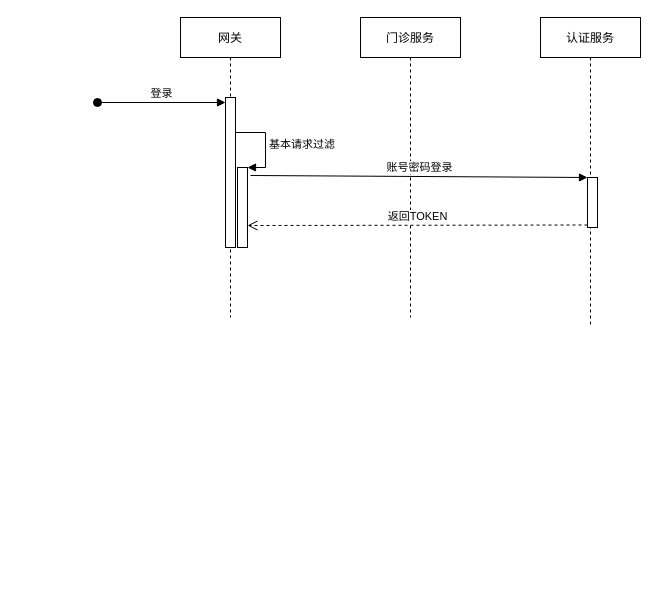
Earlier version of the draw.io diagram 牙管家/牙管家-登录(TOKEN-JWT).drawio (cherishsince/diagrams.net). Source tidied: cells renumbered, new cells numbered last; positions are measured from the earlier drawing's top-left corner, leaving out a move shared by most shapes. Both pictures are drawn from the tidied source at 100%, with x=0, y=0 at pixel (97, 17).
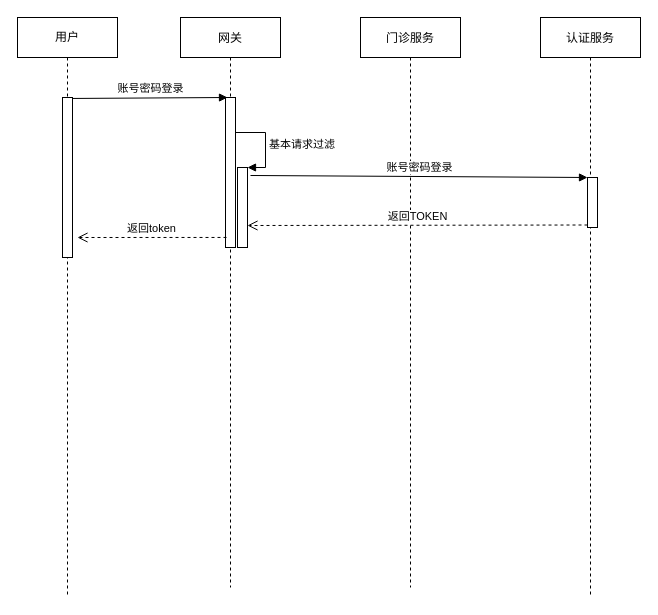
The same diagram, later.

Commit message (it also covers changes not shown here):
更新牙管家-登录(TOKEN-JWT).drawio

Change to the diagram source:
```diff
@@
 <mxGraphModel>
   <root>
     <mxCell id="0" />
     <mxCell id="1" parent="0" />
     <mxCell id="2" value="网关" style="shape=umlLifeline;perimeter=lifelinePerimeter;rounded=0;shadow=0;strokeWidth=1;" parent="1" vertex="1">
-      <mxGeometry x="83" width="100" height="300" as="geometry" />
+      <mxGeometry x="83" width="100" height="570" as="geometry" />
     </mxCell>
     <mxCell id="3" style="html=1;points=[];perimeter=orthogonalPerimeter;" parent="2" vertex="1">
       <mxGeometry x="57" y="150" width="10" height="80" as="geometry" />
     </mxCell>
     <mxCell id="4" value="基本请求过滤" style="edgeStyle=orthogonalEdgeStyle;html=1;align=left;spacingLeft=2;endArrow=block;rounded=0;entryX=1;entryY=0;" parent="2" edge="1" target="3">
       <mxGeometry relative="1" as="geometry">
         <mxPoint x="55" y="115" as="sourcePoint" />
         <Array as="points">
           <mxPoint x="85" y="115" />
         </Array>
       </mxGeometry>
     </mxCell>
     <mxCell id="5" value="门诊服务" style="shape=umlLifeline;perimeter=lifelinePerimeter;rounded=0;shadow=0;strokeWidth=1;" parent="1" vertex="1">
-      <mxGeometry x="263" width="100" height="300" as="geometry" />
+      <mxGeometry x="263" width="100" height="570" as="geometry" />
     </mxCell>
     <mxCell id="6" value="认证服务" style="shape=umlLifeline;perimeter=lifelinePerimeter;rounded=0;shadow=0;strokeWidth=1;" parent="1" vertex="1">
-      <mxGeometry x="443" width="100" height="310" as="geometry" />
+      <mxGeometry x="443" width="100" height="580" as="geometry" />
     </mxCell>
     <mxCell id="7" style="html=1;points=[];perimeter=orthogonalPerimeter;" parent="1" vertex="1">
       <mxGeometry x="128" y="80" width="10" height="150" as="geometry" />
     </mxCell>
-    <mxCell id="8" value="登录" style="html=1;verticalAlign=bottom;startArrow=oval;endArrow=block;startSize=8;" parent="1" edge="1" target="7">
-      <mxGeometry relative="1" as="geometry">
-        <mxPoint y="85" as="sourcePoint" />
-      </mxGeometry>
-    </mxCell>
     <mxCell id="9" style="html=1;points=[];perimeter=orthogonalPerimeter;" parent="1" vertex="1">
       <mxGeometry x="490" y="160" width="10" height="50" as="geometry" />
     </mxCell>
     <mxCell id="10" value="账号密码登录" style="html=1;verticalAlign=bottom;endArrow=block;entryX=0;entryY=0;exitX=1.3;exitY=0.1;exitDx=0;exitDy=0;exitPerimeter=0;" parent="1" edge="1" source="3" target="9">
       <mxGeometry relative="1" as="geometry" />
     </mxCell>
     <mxCell id="11" value="返回TOKEN" style="html=1;verticalAlign=bottom;endArrow=open;dashed=1;endSize=8;exitX=0;exitY=0.95;" parent="1" edge="1" source="9">
       <mxGeometry relative="1" as="geometry">
         <mxPoint x="150" y="208" as="targetPoint" />
       </mxGeometry>
     </mxCell>
+    <mxCell id="12" value="用户" style="shape=umlLifeline;perimeter=lifelinePerimeter;whiteSpace=wrap;html=1;" parent="1" vertex="1">
+      <mxGeometry x="-80" width="100" height="580" as="geometry" />
+    </mxCell>
+    <mxCell id="13" style="html=1;points=[];perimeter=orthogonalPerimeter;" parent="12" vertex="1">
+      <mxGeometry x="45" y="80" width="10" height="160" as="geometry" />
+    </mxCell>
+    <mxCell id="14" value="账号密码登录" style="html=1;verticalAlign=bottom;endArrow=block;exitX=1;exitY=0.006;exitDx=0;exitDy=0;exitPerimeter=0;entryX=0.2;entryY=0;entryDx=0;entryDy=0;entryPerimeter=0;" parent="1" edge="1" source="13" target="7">
+      <mxGeometry relative="1" as="geometry" />
+    </mxCell>
+    <mxCell id="15" value="返回token" style="html=1;verticalAlign=bottom;endArrow=open;dashed=1;endSize=8;exitX=0.1;exitY=0.933;exitDx=0;exitDy=0;exitPerimeter=0;" parent="1" edge="1" source="7">
+      <mxGeometry relative="1" as="geometry">
+        <mxPoint x="-20" y="220" as="targetPoint" />
+      </mxGeometry>
+    </mxCell>
   </root>
 </mxGraphModel>
```
